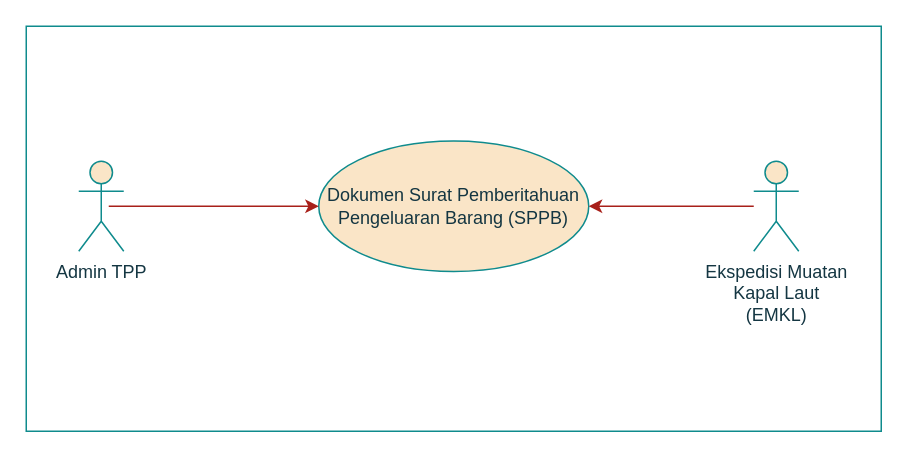
cuangshulhan/Flowchart keeps this draw.io diagram as page "keluar" (2 of 4) of usecase bab 3 pa tata.drawio. Above is the earlier version. Source tidied: cells renumbered, new cells numbered last; positions are measured from the earlier drawing's top-left corner, leaving out a move shared by most shapes. Both pictures are drawn from the tidied source at 150%, with x=0, y=0 at pixel (26, 26).
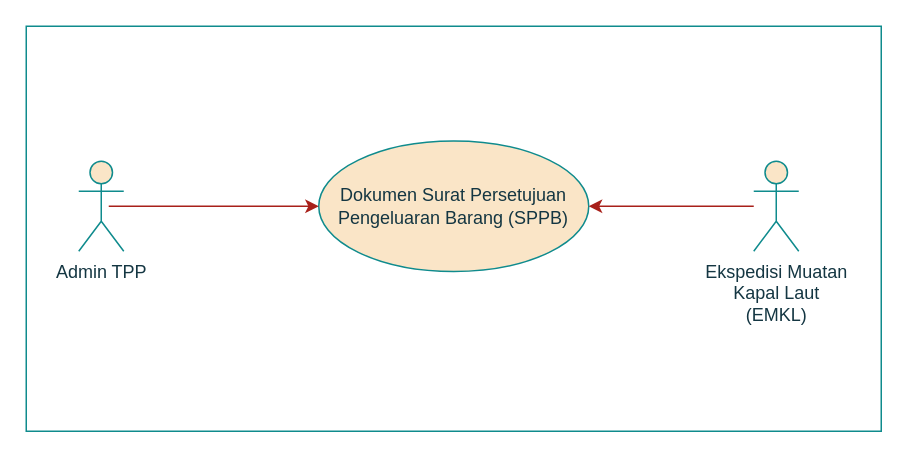
The same diagram, later.

Change to the diagram source:
```diff
@@
 <mxGraphModel>
   <root>
     <mxCell id="0" />
     <mxCell id="1" parent="0" />
     <mxCell id="2" value="Admin TPP" style="shape=umlActor;verticalLabelPosition=bottom;verticalAlign=top;html=1;fillColor=#FAE5C7;strokeColor=#0F8B8D;fontColor=#143642;" parent="1" vertex="1">
       <mxGeometry x="35" y="90" width="30" height="60" as="geometry" />
     </mxCell>
     <mxCell id="3" value="&lt;div&gt;Ekspedisi Muatan &lt;br&gt;&lt;/div&gt;&lt;div&gt;Kapal Laut &lt;br&gt;&lt;/div&gt;&lt;div&gt;(EMKL)&lt;/div&gt;" style="shape=umlActor;verticalLabelPosition=bottom;verticalAlign=top;html=1;fillColor=#FAE5C7;strokeColor=#0F8B8D;fontColor=#143642;" parent="1" vertex="1">
       <mxGeometry x="485" y="90" width="30" height="60" as="geometry" />
     </mxCell>
-    <mxCell id="4" value="Dokumen Surat Pemberitahuan Pengeluaran Barang (SPPB) " style="ellipse;whiteSpace=wrap;html=1;fillColor=#FAE5C7;strokeColor=#0F8B8D;fontColor=#143642;" parent="1" vertex="1">
+    <mxCell id="4" value="Dokumen Surat Persetujuan Pengeluaran Barang (SPPB) " style="ellipse;whiteSpace=wrap;html=1;fillColor=#FAE5C7;strokeColor=#0F8B8D;fontColor=#143642;" parent="1" vertex="1">
       <mxGeometry x="195" y="76.5" width="180" height="87" as="geometry" />
     </mxCell>
     <mxCell id="5" style="endArrow=classic;html=1;entryX=0;entryY=0.5;entryDx=0;entryDy=0;strokeColor=#A8201A;fontColor=#143642;labelBackgroundColor=#DAD2D8;" parent="1" edge="1" target="4">
       <mxGeometry relative="1" as="geometry">
         <mxPoint x="55" y="120" as="sourcePoint" />
       </mxGeometry>
     </mxCell>
     <mxCell id="6" style="endArrow=classic;html=1;entryX=1;entryY=0.5;entryDx=0;entryDy=0;strokeColor=#A8201A;fontColor=#143642;labelBackgroundColor=#DAD2D8;" parent="1" edge="1" source="3" target="4">
       <mxGeometry relative="1" as="geometry" />
     </mxCell>
     <mxCell id="7" style="rounded=0;whiteSpace=wrap;html=1;sketch=0;strokeColor=#0F8B8D;fillColor=none;fontColor=#143642;" parent="1" vertex="1">
       <mxGeometry width="570" height="270" as="geometry" />
     </mxCell>
   </root>
 </mxGraphModel>
```
